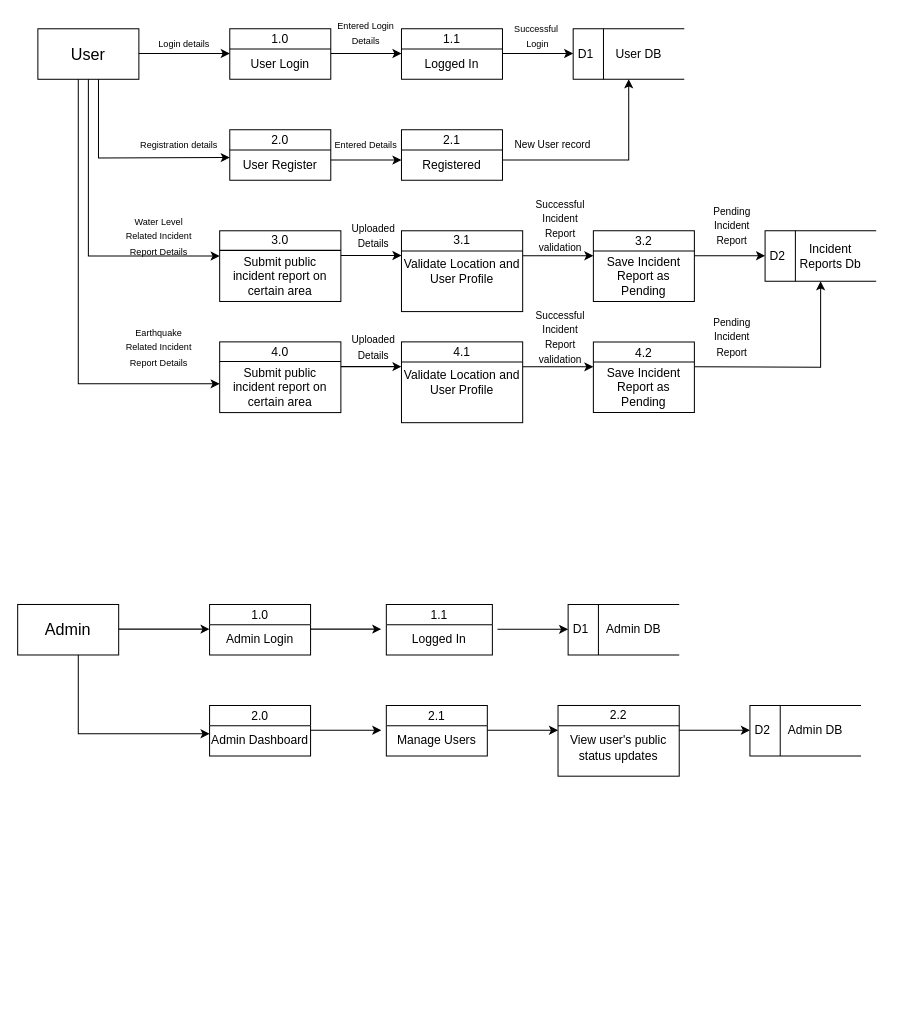
The draw.io diagram DFD1.drawio in N0Obitaz/DrawIODiagrams, before the edit. Source tidied: cells renumbered, new cells numbered last; positions are measured from the earlier drawing's top-left corner, leaving out a move shared by most shapes. Both pictures are drawn from the tidied source at 101%, with x=0, y=0 at pixel (17, 17).
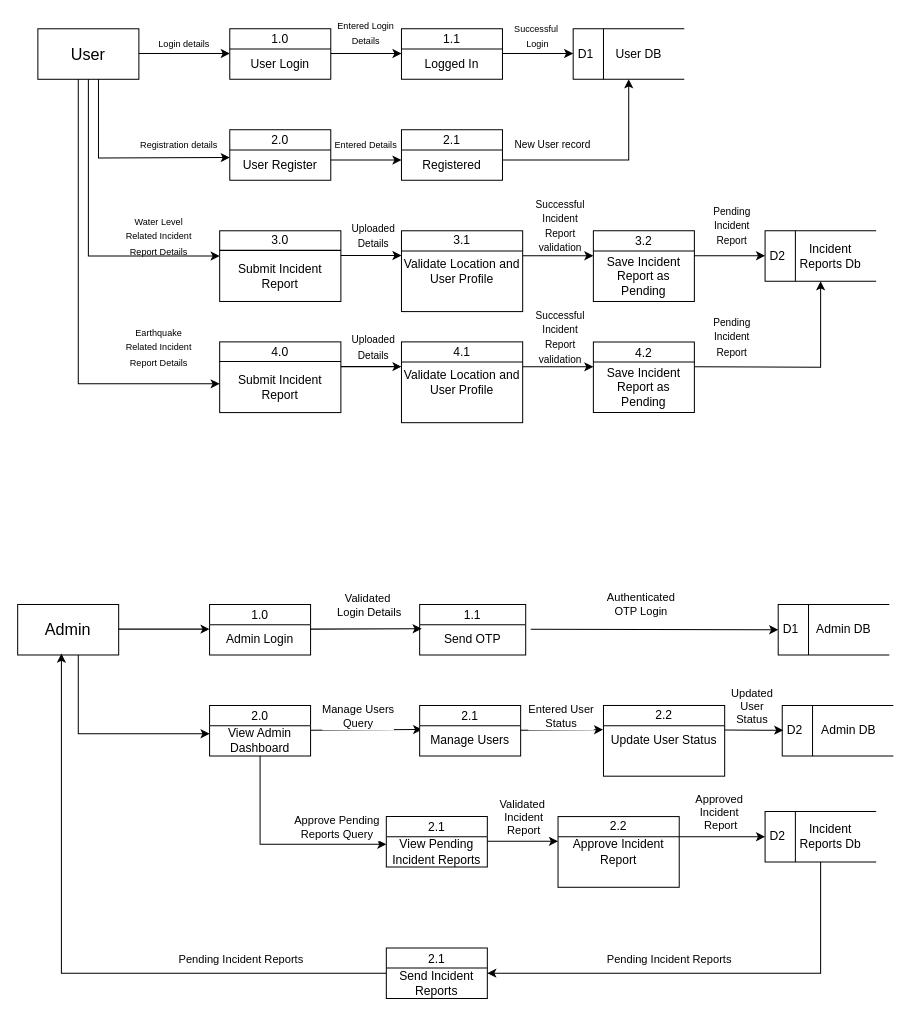
After the change.

Unchanged cells that the change refers to:
```xml
<mxCell id="32" value="&lt;span style=&quot;font-size: 16px;&quot;&gt;Admin&lt;/span&gt;" style="html=1;dashed=0;whiteSpace=wrap;" parent="1" vertex="1">
  <mxGeometry y="581" width="100" height="50" as="geometry" />
</mxCell>
<mxCell id="40" value="2.0" style="swimlane;fontStyle=0;horizontal=1;startSize=20;fillColor=#ffffff;swimlaneFillColor=#ffffff;" parent="1" vertex="1">
  <mxGeometry x="190" y="681" width="100" height="50" as="geometry" />
</mxCell>
<mxCell id="44" value="Manage Users" style="text;html=1;whiteSpace=wrap;strokeColor=none;fillColor=none;align=center;verticalAlign=middle;rounded=0;" parent="43" vertex="1">
  <mxGeometry y="20" width="100" height="30" as="geometry" />
</mxCell>
```

The edit, as a diff of the source:
```diff
@@
     <mxCell id="16" value="1.1" style="swimlane;fontStyle=0;horizontal=1;startSize=20;fillColor=#ffffff;swimlaneFillColor=#ffffff;" parent="1" vertex="1">
-      <mxGeometry x="365" y="581" width="105" height="50" as="geometry" />
+      <mxGeometry x="398" y="581" width="105" height="50" as="geometry" />
     </mxCell>
-    <mxCell id="17" value="Logged In" style="text;html=1;whiteSpace=wrap;strokeColor=none;fillColor=none;align=center;verticalAlign=middle;rounded=0;" parent="16" vertex="1">
+    <mxCell id="17" value="Send OTP" style="text;html=1;whiteSpace=wrap;strokeColor=none;fillColor=none;align=center;verticalAlign=middle;rounded=0;" parent="16" vertex="1">
       <mxGeometry y="20" width="105" height="30" as="geometry" />
     </mxCell>
@@
     <mxCell id="36" style="endArrow=classic;html=1;rounded=0;" parent="1" edge="1">
-      <mxGeometry relative="1" as="geometry">
+      <mxGeometry x="0.14" y="14" relative="1" as="geometry">
         <mxPoint x="290" y="605.4" as="sourcePoint" />
-        <mxPoint x="360" y="605.4" as="targetPoint" />
+        <mxPoint x="400" y="605" as="targetPoint" />
       </mxGeometry>
     </mxCell>
+    <mxCell id="84" value="Validated&amp;nbsp;&lt;br&gt;Login Details" style="edgeLabel;html=1;align=center;verticalAlign=middle;" parent="36" vertex="1">
+      <mxGeometry x="0.17" y="2" relative="1" as="geometry">
+        <mxPoint x="-6" y="-22" as="offset" />
+      </mxGeometry>
+    </mxCell>
-    <mxCell id="37" style="endArrow=classic;html=1;rounded=0;" parent="1" edge="1">
+    <mxCell id="37" style="endArrow=classic;html=1;rounded=0;entryX=0;entryY=0.5;entryDx=0;entryDy=0;" parent="1" edge="1" target="38">
       <mxGeometry relative="1" as="geometry">
-        <mxPoint x="475" y="605.6" as="sourcePoint" />
-        <mxPoint x="545" y="605.6" as="targetPoint" />
+        <mxPoint x="508" y="605.6" as="sourcePoint" />
       </mxGeometry>
     </mxCell>
-    <mxCell id="38" value="D1" style="html=1;dashed=0;whiteSpace=wrap;shape=mxgraph.dfd.dataStoreID;align=left;spacingLeft=3;points=[[0,0],[0.5,0],[1,0],[0,0.5],[1,0.5],[0,1],[0.5,1],[1,1]];" parent="1" vertex="1">
-      <mxGeometry x="545" y="581" width="110" height="50" as="geometry" />
-    </mxCell>
+    <mxCell id="85" value="Authenticated&lt;div&gt;OTP Login&lt;/div&gt;" style="edgeLabel;html=1;align=center;verticalAlign=middle;" parent="37" vertex="1">
+      <mxGeometry x="-0.17" y="2" relative="1" as="geometry">
+        <mxPoint x="6" y="-23" as="offset" />
+      </mxGeometry>
+    </mxCell>
@@
+    <mxCell id="86" style="edgeStyle=orthogonalEdgeStyle;rounded=0;jettySize=auto;html=1;entryX=0;entryY=0.25;entryDx=0;entryDy=0;" parent="1" edge="1" source="40" target="90">
+      <mxGeometry relative="1" as="geometry">
+        <Array as="points">
+          <mxPoint x="240" y="818" />
+        </Array>
+      </mxGeometry>
+    </mxCell>
@@
-    <mxCell id="41" value="Admin Dashboard" style="text;html=1;whiteSpace=wrap;strokeColor=none;fillColor=none;align=center;verticalAlign=middle;rounded=0;" parent="40" vertex="1">
+    <mxCell id="41" value="View Admin&lt;div&gt;Dashboard&lt;/div&gt;" style="text;html=1;whiteSpace=wrap;strokeColor=none;fillColor=none;align=center;verticalAlign=middle;rounded=0;" parent="40" vertex="1">
       <mxGeometry y="20" width="100" height="30" as="geometry" />
     </mxCell>
-    <mxCell id="42" style="endArrow=classic;html=1;rounded=0;" parent="1" edge="1">
+    <mxCell id="42" style="endArrow=classic;html=1;rounded=0;entryX=0.025;entryY=0.127;entryDx=0;entryDy=0;entryPerimeter=0;" parent="1" edge="1" target="44">
       <mxGeometry relative="1" as="geometry">
         <mxPoint x="290" y="705.5" as="sourcePoint" />
-        <mxPoint x="360" y="705.5" as="targetPoint" />
       </mxGeometry>
     </mxCell>
+    <mxCell id="87" value="Manage Users&lt;div&gt;Query&lt;/div&gt;" style="edgeLabel;html=1;align=center;verticalAlign=middle;" parent="42" vertex="1">
+      <mxGeometry x="-0.15" y="3" relative="1" as="geometry">
+        <mxPoint y="-11" as="offset" />
+      </mxGeometry>
+    </mxCell>
     <mxCell id="43" value="2.1" style="swimlane;fontStyle=0;horizontal=1;startSize=20;fillColor=#ffffff;swimlaneFillColor=#ffffff;" parent="1" vertex="1">
-      <mxGeometry x="365" y="681" width="100" height="50" as="geometry" />
+      <mxGeometry x="398" y="681" width="100" height="50" as="geometry" />
     </mxCell>
@@
-    <mxCell id="45" style="endArrow=classic;html=1;rounded=0;" parent="1" edge="1">
+    <mxCell id="45" style="endArrow=classic;html=1;rounded=0;entryX=-0.003;entryY=0.342;entryDx=0;entryDy=0;entryPerimeter=0;" parent="1" edge="1" target="46">
       <mxGeometry relative="1" as="geometry">
-        <mxPoint x="465" y="705.5" as="sourcePoint" />
-        <mxPoint x="535" y="705.5" as="targetPoint" />
+        <mxPoint x="498" y="705.5" as="sourcePoint" />
       </mxGeometry>
     </mxCell>
-    <mxCell id="46" value="&lt;div&gt;&lt;br&gt;&lt;/div&gt;View user's public status updates" style="rounded=0;whiteSpace=wrap;html=1;" parent="1" vertex="1">
-      <mxGeometry x="535" y="681" width="120" height="70" as="geometry" />
-    </mxCell>
     <mxCell id="47" value="D2" style="html=1;dashed=0;whiteSpace=wrap;shape=mxgraph.dfd.dataStoreID;align=left;spacingLeft=3;" parent="1" vertex="1">
-      <mxGeometry x="725" y="681" width="110" height="50" as="geometry" />
+      <mxGeometry x="757" y="681" width="110" height="50" as="geometry" />
     </mxCell>
-    <mxCell id="48" style="endArrow=classic;html=1;rounded=0;" parent="1" edge="1">
+    <mxCell id="48" style="endArrow=classic;html=1;rounded=0;exitX=0.995;exitY=0.348;exitDx=0;exitDy=0;exitPerimeter=0;" parent="1" edge="1" source="46">
       <mxGeometry relative="1" as="geometry">
-        <mxPoint x="655" y="705.5" as="sourcePoint" />
-        <mxPoint x="725" y="705.5" as="targetPoint" />
+        <mxPoint x="758" y="705.5" as="targetPoint" />
       </mxGeometry>
     </mxCell>
-    <mxCell id="49" value="Admin DB" style="text;html=1;whiteSpace=wrap;strokeColor=none;fillColor=none;align=center;verticalAlign=middle;rounded=0;" parent="1" vertex="1">
-      <mxGeometry x="580" y="591" width="60" height="30" as="geometry" />
-    </mxCell>
-    <mxCell id="50" value="2.2" style="text;html=1;whiteSpace=wrap;strokeColor=none;fillColor=none;align=center;verticalAlign=middle;rounded=0;" parent="1" vertex="1">
-      <mxGeometry x="555" y="681" width="80" height="20" as="geometry" />
-    </mxCell>
-    <mxCell id="51" style="endArrow=none;html=1;rounded=0;" parent="1" edge="1">
-      <mxGeometry relative="1" as="geometry">
-        <mxPoint x="535" y="701" as="sourcePoint" />
-        <mxPoint x="655" y="701" as="targetPoint" />
-      </mxGeometry>
-    </mxCell>
+    <mxCell id="88" value="Updated&lt;div&gt;User&lt;/div&gt;&lt;div&gt;Status&lt;/div&gt;" style="edgeLabel;html=1;align=center;verticalAlign=middle;" parent="48" vertex="1">
+      <mxGeometry x="-0.08" y="1" relative="1" as="geometry">
+        <mxPoint y="-23" as="offset" />
+      </mxGeometry>
+    </mxCell>
     <mxCell id="52" value="Admin DB" style="text;html=1;whiteSpace=wrap;strokeColor=none;fillColor=none;align=center;verticalAlign=middle;rounded=0;" parent="1" vertex="1">
-      <mxGeometry x="760" y="691" width="60" height="30" as="geometry" />
+      <mxGeometry x="793" y="691" width="60" height="30" as="geometry" />
     </mxCell>
@@
-    <mxCell id="56" value="Submit public incident report on certain area" style="text;html=1;whiteSpace=wrap;strokeColor=none;fillColor=none;align=center;verticalAlign=middle;rounded=0;" parent="1" vertex="1">
+    <mxCell id="56" value="Submit Incident&lt;div&gt;Report&lt;/div&gt;" style="text;html=1;whiteSpace=wrap;strokeColor=none;fillColor=none;align=center;verticalAlign=middle;rounded=0;" parent="1" vertex="1">
       <mxGeometry x="205" y="241" width="110" height="30" as="geometry" />
     </mxCell>
@@
-    <mxCell id="77" value="Submit public incident report on certain area" style="text;html=1;whiteSpace=wrap;strokeColor=none;fillColor=none;align=center;verticalAlign=middle;rounded=0;" parent="1" vertex="1">
+    <mxCell id="77" value="Submit Incident&lt;div&gt;Report&lt;/div&gt;" style="text;html=1;whiteSpace=wrap;strokeColor=none;fillColor=none;align=center;verticalAlign=middle;rounded=0;" parent="1" vertex="1">
       <mxGeometry x="205" y="351" width="110" height="30" as="geometry" />
     </mxCell>
@@
+    <mxCell id="89" value="2.1" style="swimlane;fontStyle=0;horizontal=1;startSize=20;fillColor=#ffffff;swimlaneFillColor=#ffffff;" parent="1" vertex="1">
+      <mxGeometry x="365" y="791" width="100" height="50" as="geometry" />
+    </mxCell>
+    <mxCell id="90" value="View Pending Incident Reports" style="text;html=1;whiteSpace=wrap;strokeColor=none;fillColor=none;align=center;verticalAlign=middle;rounded=0;" parent="89" vertex="1">
+      <mxGeometry y="20" width="100" height="30" as="geometry" />
+    </mxCell>
+    <mxCell id="91" style="endArrow=classic;html=1;rounded=0;" parent="1" edge="1">
+      <mxGeometry relative="1" as="geometry">
+        <mxPoint x="465" y="815.5" as="sourcePoint" />
+        <mxPoint x="535" y="815.5" as="targetPoint" />
+      </mxGeometry>
+    </mxCell>
+    <mxCell id="92" style="edgeStyle=orthogonalEdgeStyle;rounded=0;jettySize=auto;html=1;entryX=0;entryY=0.5;entryDx=0;entryDy=0;" parent="1" edge="1" source="94" target="98">
+      <mxGeometry relative="1" as="geometry">
+        <Array as="points">
+          <mxPoint x="730" y="811" />
+        </Array>
+      </mxGeometry>
+    </mxCell>
+    <mxCell id="93" value="Approved&amp;nbsp;&lt;div&gt;Incident&amp;nbsp;&lt;/div&gt;&lt;div&gt;Report&lt;/div&gt;" style="edgeLabel;html=1;align=center;verticalAlign=middle;" parent="92" vertex="1">
+      <mxGeometry x="-0.07" y="-3" relative="1" as="geometry">
+        <mxPoint y="-28" as="offset" />
+      </mxGeometry>
+    </mxCell>
+    <mxCell id="94" value="&lt;div&gt;Approve Incident Report&lt;/div&gt;" style="rounded=0;whiteSpace=wrap;html=1;" parent="1" vertex="1">
+      <mxGeometry x="535" y="791" width="120" height="70" as="geometry" />
+    </mxCell>
+    <mxCell id="95" value="2.2" style="text;html=1;whiteSpace=wrap;strokeColor=none;fillColor=none;align=center;verticalAlign=middle;rounded=0;" parent="1" vertex="1">
+      <mxGeometry x="555" y="791" width="80" height="20" as="geometry" />
+    </mxCell>
+    <mxCell id="96" style="endArrow=none;html=1;rounded=0;" parent="1" edge="1">
+      <mxGeometry relative="1" as="geometry">
+        <mxPoint x="535" y="811" as="sourcePoint" />
+        <mxPoint x="655" y="811" as="targetPoint" />
+      </mxGeometry>
+    </mxCell>
+    <mxCell id="97" style="group;" parent="1" vertex="1">
+      <mxGeometry x="740" y="786" width="110" height="50" as="geometry" />
+    </mxCell>
+    <mxCell id="98" value="D2" style="html=1;dashed=0;whiteSpace=wrap;shape=mxgraph.dfd.dataStoreID;align=left;spacingLeft=3;points=[[0,0],[0.5,0],[1,0],[0,0.5],[1,0.5],[0,1],[0.5,1],[1,1]];" parent="97" vertex="1">
+      <mxGeometry width="110" height="50" as="geometry" />
+    </mxCell>
+    <mxCell id="99" value="Incident Reports Db" style="text;html=1;whiteSpace=wrap;strokeColor=none;fillColor=none;align=center;verticalAlign=middle;rounded=0;" parent="97" vertex="1">
+      <mxGeometry x="30" y="10" width="70" height="30" as="geometry" />
+    </mxCell>
+    <mxCell id="100" style="edgeStyle=orthogonalEdgeStyle;rounded=0;orthogonalLoop=1;jettySize=auto;html=1;exitX=0.5;exitY=1;exitDx=0;exitDy=0;" parent="97" edge="1" source="99" target="99">
+      <mxGeometry relative="1" as="geometry" />
+    </mxCell>
+    <mxCell id="101" value="2.1" style="swimlane;fontStyle=0;horizontal=1;startSize=20;fillColor=#ffffff;swimlaneFillColor=#ffffff;" parent="1" vertex="1">
+      <mxGeometry x="365" y="921" width="100" height="50" as="geometry" />
+    </mxCell>
+    <mxCell id="102" value="Send Incident Reports" style="text;html=1;whiteSpace=wrap;strokeColor=none;fillColor=none;align=center;verticalAlign=middle;rounded=0;" parent="101" vertex="1">
+      <mxGeometry y="20" width="100" height="30" as="geometry" />
+    </mxCell>
+    <mxCell id="103" style="edgeStyle=orthogonalEdgeStyle;rounded=0;jettySize=auto;html=1;" parent="1" edge="1" source="98" target="102">
+      <mxGeometry relative="1" as="geometry">
+        <Array as="points">
+          <mxPoint x="670" y="946" />
+          <mxPoint x="670" y="946" />
+        </Array>
+      </mxGeometry>
+    </mxCell>
+    <mxCell id="104" value="Pending Incident Reports" style="edgeLabel;html=1;align=center;verticalAlign=middle;" parent="103" vertex="1">
+      <mxGeometry x="0.19" y="-1" relative="1" as="geometry">
+        <mxPoint x="1" y="-14" as="offset" />
+      </mxGeometry>
+    </mxCell>
+    <mxCell id="105" style="edgeStyle=orthogonalEdgeStyle;rounded=0;jettySize=auto;html=1;entryX=0.433;entryY=0.972;entryDx=0;entryDy=0;entryPerimeter=0;" parent="1" edge="1" source="101" target="32">
+      <mxGeometry relative="1" as="geometry" />
+    </mxCell>
+    <mxCell id="106" value="Pending Incident Reports" style="edgeLabel;html=1;align=center;verticalAlign=middle;" parent="1" vertex="1">
+      <mxGeometry x="220" y="931" as="geometry" />
+    </mxCell>
+    <mxCell id="107" value="Validated&amp;nbsp;&lt;div&gt;Incident&lt;/div&gt;&lt;div&gt;Report&lt;/div&gt;" style="edgeLabel;html=1;align=center;verticalAlign=middle;" parent="1" vertex="1">
+      <mxGeometry x="500" y="791" as="geometry" />
+    </mxCell>
+    <mxCell id="108" style="group;" parent="1" vertex="1">
+      <mxGeometry x="753" y="581" width="110" height="50" as="geometry" />
+    </mxCell>
+    <mxCell id="38" value="D1" style="html=1;dashed=0;whiteSpace=wrap;shape=mxgraph.dfd.dataStoreID;align=left;spacingLeft=3;points=[[0,0],[0.5,0],[1,0],[0,0.5],[1,0.5],[0,1],[0.5,1],[1,1]];" parent="108" vertex="1">
+      <mxGeometry width="110" height="50" as="geometry" />
+    </mxCell>
+    <mxCell id="49" value="Admin DB" style="text;html=1;whiteSpace=wrap;strokeColor=none;fillColor=none;align=center;verticalAlign=middle;rounded=0;" parent="108" vertex="1">
+      <mxGeometry x="35" y="10" width="60" height="30" as="geometry" />
+    </mxCell>
+    <mxCell id="109" value="Entered User&lt;div&gt;Status&lt;/div&gt;" style="edgeLabel;html=1;align=center;verticalAlign=middle;" parent="1" vertex="1">
+      <mxGeometry x="537.5" y="691" as="geometry" />
+    </mxCell>
+    <mxCell id="110" style="group;" parent="1" vertex="1">
+      <mxGeometry x="580" y="681" width="120" height="70" as="geometry" />
+    </mxCell>
+    <mxCell id="46" value="&lt;div&gt;Update User Status&lt;/div&gt;" style="rounded=0;whiteSpace=wrap;html=1;" parent="110" vertex="1">
+      <mxGeometry width="120" height="70" as="geometry" />
+    </mxCell>
+    <mxCell id="50" value="2.2" style="text;html=1;whiteSpace=wrap;strokeColor=none;fillColor=none;align=center;verticalAlign=middle;rounded=0;" parent="110" vertex="1">
+      <mxGeometry x="20" width="80" height="20" as="geometry" />
+    </mxCell>
+    <mxCell id="51" style="endArrow=none;html=1;rounded=0;" parent="110" edge="1">
+      <mxGeometry relative="1" as="geometry">
+        <mxPoint y="20" as="sourcePoint" />
+        <mxPoint x="120" y="20" as="targetPoint" />
+      </mxGeometry>
+    </mxCell>
+    <mxCell id="111" value="Approve Pending&lt;div&gt;Reports Query&lt;/div&gt;" style="edgeLabel;html=1;align=center;verticalAlign=middle;" parent="1" vertex="1">
+      <mxGeometry x="315" y="801" as="geometry" />
+    </mxCell>
```
